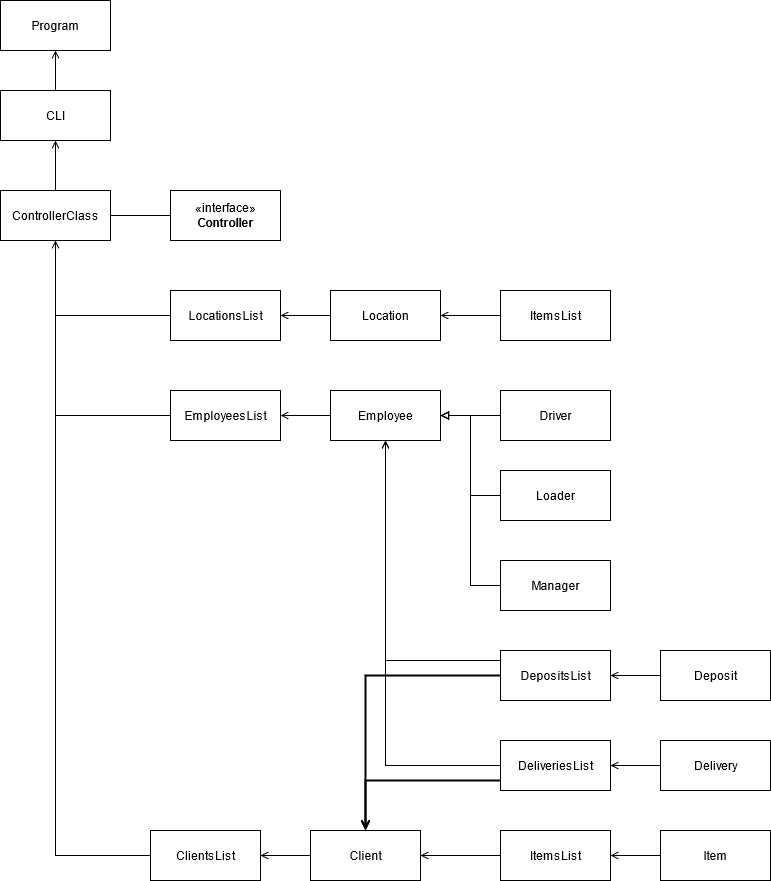
Earlier version of the draw.io export uml.png (jpfn2407/projetoPOO). Source tidied: cells renumbered, new cells last; positions are measured from the earlier drawing's top-left corner, leaving out a move shared by most shapes.
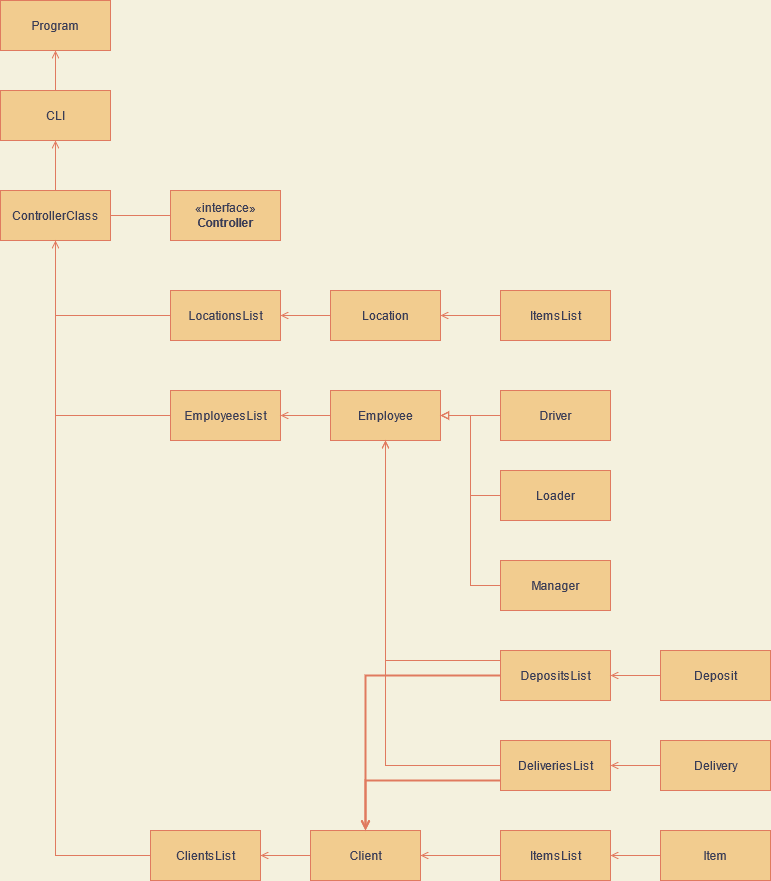
After the commit.

Change to the diagram source:
```diff
@@ -1,136 +1,136 @@
-<mxGraphModel>
+<mxGraphModel background="#F4F1DE">
   <root>
     <mxCell id="0" />
     <mxCell id="1" parent="0" />
-    <mxCell id="2" style="edgeStyle=orthogonalEdgeStyle;rounded=0;jettySize=auto;html=1;entryX=0.5;entryY=0;entryDx=0;entryDy=0;endArrow=none;endFill=0;startArrow=open;startFill=0;" parent="1" edge="1" source="3" target="5">
+    <mxCell id="2" style="edgeStyle=orthogonalEdgeStyle;rounded=0;jettySize=auto;html=1;entryX=0.5;entryY=0;entryDx=0;entryDy=0;endArrow=none;endFill=0;startArrow=open;startFill=0;labelBackgroundColor=#F4F1DE;strokeColor=#E07A5F;fontColor=#393C56;" parent="1" edge="1" source="3" target="5">
       <mxGeometry relative="1" as="geometry" />
     </mxCell>
-    <mxCell id="3" value="Program" style="html=1;" parent="1" vertex="1">
+    <mxCell id="3" value="Program" style="html=1;fillColor=#F2CC8F;strokeColor=#E07A5F;fontColor=#393C56;" parent="1" vertex="1">
       <mxGeometry width="110" height="50" as="geometry" />
     </mxCell>
-    <mxCell id="4" style="edgeStyle=orthogonalEdgeStyle;rounded=0;jettySize=auto;html=1;entryX=0.5;entryY=0;entryDx=0;entryDy=0;endArrow=none;endFill=0;startArrow=open;startFill=0;" parent="1" edge="1" source="5" target="6">
+    <mxCell id="4" style="edgeStyle=orthogonalEdgeStyle;rounded=0;jettySize=auto;html=1;entryX=0.5;entryY=0;entryDx=0;entryDy=0;endArrow=none;endFill=0;startArrow=open;startFill=0;labelBackgroundColor=#F4F1DE;strokeColor=#E07A5F;fontColor=#393C56;" parent="1" edge="1" source="5" target="6">
       <mxGeometry relative="1" as="geometry" />
     </mxCell>
-    <mxCell id="5" value="&lt;div&gt;CLI&lt;/div&gt;" style="html=1;" parent="1" vertex="1">
+    <mxCell id="5" value="&lt;div&gt;CLI&lt;/div&gt;" style="html=1;fillColor=#F2CC8F;strokeColor=#E07A5F;fontColor=#393C56;" parent="1" vertex="1">
       <mxGeometry y="90" width="110" height="50" as="geometry" />
     </mxCell>
-    <mxCell id="6" value="ControllerClass" style="html=1;" parent="1" vertex="1">
+    <mxCell id="6" value="ControllerClass" style="html=1;fillColor=#F2CC8F;strokeColor=#E07A5F;fontColor=#393C56;" parent="1" vertex="1">
       <mxGeometry y="190" width="110" height="50" as="geometry" />
     </mxCell>
-    <mxCell id="7" style="edgeStyle=orthogonalEdgeStyle;rounded=0;jettySize=auto;html=1;entryX=1;entryY=0.5;entryDx=0;entryDy=0;endArrow=none;endFill=0;" parent="1" edge="1" source="8" target="6">
+    <mxCell id="7" style="edgeStyle=orthogonalEdgeStyle;rounded=0;jettySize=auto;html=1;entryX=1;entryY=0.5;entryDx=0;entryDy=0;endArrow=none;endFill=0;labelBackgroundColor=#F4F1DE;strokeColor=#E07A5F;fontColor=#393C56;" parent="1" edge="1" source="8" target="6">
       <mxGeometry relative="1" as="geometry" />
     </mxCell>
-    <mxCell id="8" value="«interface»&lt;br&gt;&lt;b&gt;Controller&lt;/b&gt;" style="html=1;" parent="1" vertex="1">
+    <mxCell id="8" value="«interface»&lt;br&gt;&lt;b&gt;Controller&lt;/b&gt;" style="html=1;fillColor=#F2CC8F;strokeColor=#E07A5F;fontColor=#393C56;" parent="1" vertex="1">
       <mxGeometry x="170" y="190" width="110" height="50" as="geometry" />
     </mxCell>
-    <mxCell id="9" style="edgeStyle=orthogonalEdgeStyle;rounded=0;jettySize=auto;html=1;endArrow=none;endFill=0;startArrow=open;startFill=0;" parent="1" edge="1" source="11" target="13">
+    <mxCell id="9" style="edgeStyle=orthogonalEdgeStyle;rounded=0;jettySize=auto;html=1;endArrow=none;endFill=0;startArrow=open;startFill=0;labelBackgroundColor=#F4F1DE;strokeColor=#E07A5F;fontColor=#393C56;" parent="1" edge="1" source="11" target="13">
       <mxGeometry relative="1" as="geometry" />
     </mxCell>
-    <mxCell id="10" style="edgeStyle=orthogonalEdgeStyle;rounded=0;jettySize=auto;html=1;entryX=0.5;entryY=1;entryDx=0;entryDy=0;endArrow=none;endFill=0;" parent="1" edge="1" source="11" target="6">
+    <mxCell id="10" style="edgeStyle=orthogonalEdgeStyle;rounded=0;jettySize=auto;html=1;entryX=0.5;entryY=1;entryDx=0;entryDy=0;endArrow=none;endFill=0;labelBackgroundColor=#F4F1DE;strokeColor=#E07A5F;fontColor=#393C56;" parent="1" edge="1" source="11" target="6">
       <mxGeometry relative="1" as="geometry" />
     </mxCell>
-    <mxCell id="11" value="LocationsList" style="html=1;" parent="1" vertex="1">
+    <mxCell id="11" value="LocationsList" style="html=1;fillColor=#F2CC8F;strokeColor=#E07A5F;fontColor=#393C56;" parent="1" vertex="1">
       <mxGeometry x="170" y="290" width="110" height="50" as="geometry" />
     </mxCell>
-    <mxCell id="12" style="edgeStyle=orthogonalEdgeStyle;rounded=0;jettySize=auto;html=1;entryX=0;entryY=0.5;entryDx=0;entryDy=0;endArrow=none;endFill=0;startArrow=open;startFill=0;" parent="1" edge="1" source="13" target="32">
+    <mxCell id="12" style="edgeStyle=orthogonalEdgeStyle;rounded=0;jettySize=auto;html=1;entryX=0;entryY=0.5;entryDx=0;entryDy=0;endArrow=none;endFill=0;startArrow=open;startFill=0;labelBackgroundColor=#F4F1DE;strokeColor=#E07A5F;fontColor=#393C56;" parent="1" edge="1" source="13" target="32">
       <mxGeometry relative="1" as="geometry" />
     </mxCell>
-    <mxCell id="13" value="Location" style="html=1;" parent="1" vertex="1">
+    <mxCell id="13" value="Location" style="html=1;fillColor=#F2CC8F;strokeColor=#E07A5F;fontColor=#393C56;" parent="1" vertex="1">
       <mxGeometry x="330" y="290" width="110" height="50" as="geometry" />
     </mxCell>
-    <mxCell id="14" style="edgeStyle=orthogonalEdgeStyle;rounded=0;jettySize=auto;html=1;entryX=0.5;entryY=1;entryDx=0;entryDy=0;endArrow=none;endFill=0;" parent="1" edge="1" source="15" target="6">
+    <mxCell id="14" style="edgeStyle=orthogonalEdgeStyle;rounded=0;jettySize=auto;html=1;entryX=0.5;entryY=1;entryDx=0;entryDy=0;endArrow=none;endFill=0;labelBackgroundColor=#F4F1DE;strokeColor=#E07A5F;fontColor=#393C56;" parent="1" edge="1" source="15" target="6">
       <mxGeometry relative="1" as="geometry" />
     </mxCell>
-    <mxCell id="15" value="EmployeesList" style="html=1;" parent="1" vertex="1">
+    <mxCell id="15" value="EmployeesList" style="html=1;fillColor=#F2CC8F;strokeColor=#E07A5F;fontColor=#393C56;" parent="1" vertex="1">
       <mxGeometry x="170" y="390" width="110" height="50" as="geometry" />
     </mxCell>
-    <mxCell id="16" style="edgeStyle=orthogonalEdgeStyle;rounded=0;jettySize=auto;html=1;entryX=1;entryY=0.5;entryDx=0;entryDy=0;endArrow=block;endFill=0;" parent="1" edge="1" source="17" target="21">
+    <mxCell id="16" style="edgeStyle=orthogonalEdgeStyle;rounded=0;jettySize=auto;html=1;entryX=1;entryY=0.5;entryDx=0;entryDy=0;endArrow=block;endFill=0;labelBackgroundColor=#F4F1DE;strokeColor=#E07A5F;fontColor=#393C56;" parent="1" edge="1" source="17" target="21">
       <mxGeometry relative="1" as="geometry" />
     </mxCell>
-    <mxCell id="17" value="Driver" style="html=1;" parent="1" vertex="1">
+    <mxCell id="17" value="Driver" style="html=1;fillColor=#F2CC8F;strokeColor=#E07A5F;fontColor=#393C56;" parent="1" vertex="1">
       <mxGeometry x="500" y="390" width="110" height="50" as="geometry" />
     </mxCell>
-    <mxCell id="18" style="edgeStyle=orthogonalEdgeStyle;rounded=0;jettySize=auto;html=1;endArrow=block;endFill=0;entryX=1;entryY=0.5;entryDx=0;entryDy=0;" parent="1" edge="1" source="19" target="21">
+    <mxCell id="18" style="edgeStyle=orthogonalEdgeStyle;rounded=0;jettySize=auto;html=1;endArrow=block;endFill=0;entryX=1;entryY=0.5;entryDx=0;entryDy=0;labelBackgroundColor=#F4F1DE;strokeColor=#E07A5F;fontColor=#393C56;" parent="1" edge="1" source="19" target="21">
       <mxGeometry relative="1" as="geometry" />
     </mxCell>
-    <mxCell id="19" value="Loader" style="html=1;" parent="1" vertex="1">
+    <mxCell id="19" value="Loader" style="html=1;fillColor=#F2CC8F;strokeColor=#E07A5F;fontColor=#393C56;" parent="1" vertex="1">
       <mxGeometry x="500" y="470" width="110" height="50" as="geometry" />
     </mxCell>
-    <mxCell id="20" style="edgeStyle=orthogonalEdgeStyle;rounded=0;jettySize=auto;html=1;entryX=1;entryY=0.5;entryDx=0;entryDy=0;endArrow=open;endFill=0;startArrow=none;startFill=0;" parent="1" edge="1" source="21" target="15">
+    <mxCell id="20" style="edgeStyle=orthogonalEdgeStyle;rounded=0;jettySize=auto;html=1;entryX=1;entryY=0.5;entryDx=0;entryDy=0;endArrow=open;endFill=0;startArrow=none;startFill=0;labelBackgroundColor=#F4F1DE;strokeColor=#E07A5F;fontColor=#393C56;" parent="1" edge="1" source="21" target="15">
       <mxGeometry relative="1" as="geometry" />
     </mxCell>
-    <mxCell id="21" value="Employee" style="html=1;" parent="1" vertex="1">
+    <mxCell id="21" value="Employee" style="html=1;fillColor=#F2CC8F;strokeColor=#E07A5F;fontColor=#393C56;" parent="1" vertex="1">
       <mxGeometry x="330" y="390" width="110" height="50" as="geometry" />
     </mxCell>
-    <mxCell id="22" style="edgeStyle=orthogonalEdgeStyle;rounded=0;jettySize=auto;html=1;entryX=1;entryY=0.5;entryDx=0;entryDy=0;endArrow=block;endFill=0;startArrow=none;startFill=0;" parent="1" edge="1" source="23" target="21">
+    <mxCell id="22" style="edgeStyle=orthogonalEdgeStyle;rounded=0;jettySize=auto;html=1;entryX=1;entryY=0.5;entryDx=0;entryDy=0;endArrow=block;endFill=0;startArrow=none;startFill=0;labelBackgroundColor=#F4F1DE;strokeColor=#E07A5F;fontColor=#393C56;" parent="1" edge="1" source="23" target="21">
       <mxGeometry relative="1" as="geometry" />
     </mxCell>
-    <mxCell id="23" value="Manager" style="html=1;" parent="1" vertex="1">
+    <mxCell id="23" value="Manager" style="html=1;fillColor=#F2CC8F;strokeColor=#E07A5F;fontColor=#393C56;" parent="1" vertex="1">
       <mxGeometry x="500" y="560" width="110" height="50" as="geometry" />
     </mxCell>
-    <mxCell id="24" style="edgeStyle=orthogonalEdgeStyle;rounded=0;jettySize=auto;html=1;entryX=0;entryY=0.5;entryDx=0;entryDy=0;endArrow=none;endFill=0;startArrow=open;startFill=0;" parent="1" edge="1" source="26" target="28">
+    <mxCell id="24" style="edgeStyle=orthogonalEdgeStyle;rounded=0;jettySize=auto;html=1;entryX=0;entryY=0.5;entryDx=0;entryDy=0;endArrow=none;endFill=0;startArrow=open;startFill=0;labelBackgroundColor=#F4F1DE;strokeColor=#E07A5F;fontColor=#393C56;" parent="1" edge="1" source="26" target="28">
       <mxGeometry relative="1" as="geometry" />
     </mxCell>
-    <mxCell id="25" style="edgeStyle=orthogonalEdgeStyle;rounded=0;jettySize=auto;html=1;entryX=0.5;entryY=1;entryDx=0;entryDy=0;endArrow=open;endFill=0;" parent="1" edge="1" source="26" target="6">
+    <mxCell id="25" style="edgeStyle=orthogonalEdgeStyle;rounded=0;jettySize=auto;html=1;entryX=0.5;entryY=1;entryDx=0;entryDy=0;endArrow=open;endFill=0;labelBackgroundColor=#F4F1DE;strokeColor=#E07A5F;fontColor=#393C56;" parent="1" edge="1" source="26" target="6">
       <mxGeometry relative="1" as="geometry" />
     </mxCell>
-    <mxCell id="26" value="ClientsList" style="html=1;" parent="1" vertex="1">
+    <mxCell id="26" value="ClientsList" style="html=1;fillColor=#F2CC8F;strokeColor=#E07A5F;fontColor=#393C56;" parent="1" vertex="1">
       <mxGeometry x="150" y="830" width="110" height="50" as="geometry" />
     </mxCell>
-    <mxCell id="27" style="edgeStyle=orthogonalEdgeStyle;rounded=0;jettySize=auto;html=1;entryX=0;entryY=0.5;entryDx=0;entryDy=0;endArrow=none;endFill=0;startArrow=open;startFill=0;" parent="1" edge="1" source="28" target="30">
+    <mxCell id="27" style="edgeStyle=orthogonalEdgeStyle;rounded=0;jettySize=auto;html=1;entryX=0;entryY=0.5;entryDx=0;entryDy=0;endArrow=none;endFill=0;startArrow=open;startFill=0;labelBackgroundColor=#F4F1DE;strokeColor=#E07A5F;fontColor=#393C56;" parent="1" edge="1" source="28" target="30">
       <mxGeometry relative="1" as="geometry" />
     </mxCell>
-    <mxCell id="28" value="Client" style="html=1;" parent="1" vertex="1">
+    <mxCell id="28" value="Client" style="html=1;fillColor=#F2CC8F;strokeColor=#E07A5F;fontColor=#393C56;" parent="1" vertex="1">
       <mxGeometry x="310" y="830" width="110" height="50" as="geometry" />
     </mxCell>
-    <mxCell id="29" style="edgeStyle=orthogonalEdgeStyle;rounded=0;jettySize=auto;html=1;entryX=0;entryY=0.5;entryDx=0;entryDy=0;endArrow=none;endFill=0;startArrow=open;startFill=0;" parent="1" edge="1" source="30" target="31">
+    <mxCell id="29" style="edgeStyle=orthogonalEdgeStyle;rounded=0;jettySize=auto;html=1;entryX=0;entryY=0.5;entryDx=0;entryDy=0;endArrow=none;endFill=0;startArrow=open;startFill=0;labelBackgroundColor=#F4F1DE;strokeColor=#E07A5F;fontColor=#393C56;" parent="1" edge="1" source="30" target="31">
       <mxGeometry relative="1" as="geometry" />
     </mxCell>
-    <mxCell id="30" value="ItemsList" style="html=1;" parent="1" vertex="1">
+    <mxCell id="30" value="ItemsList" style="html=1;fillColor=#F2CC8F;strokeColor=#E07A5F;fontColor=#393C56;" parent="1" vertex="1">
       <mxGeometry x="500" y="830" width="110" height="50" as="geometry" />
     </mxCell>
-    <mxCell id="31" value="Item" style="html=1;" parent="1" vertex="1">
+    <mxCell id="31" value="Item" style="html=1;fillColor=#F2CC8F;strokeColor=#E07A5F;fontColor=#393C56;" parent="1" vertex="1">
       <mxGeometry x="660" y="830" width="110" height="50" as="geometry" />
     </mxCell>
-    <mxCell id="32" value="ItemsList" style="html=1;" parent="1" vertex="1">
+    <mxCell id="32" value="ItemsList" style="html=1;fillColor=#F2CC8F;strokeColor=#E07A5F;fontColor=#393C56;" parent="1" vertex="1">
       <mxGeometry x="500" y="290" width="110" height="50" as="geometry" />
     </mxCell>
-    <mxCell id="33" style="edgeStyle=orthogonalEdgeStyle;rounded=0;jettySize=auto;html=1;entryX=0.5;entryY=0;entryDx=0;entryDy=0;startArrow=none;startFill=0;endArrow=open;endFill=0;strokeWidth=2;" parent="1" edge="1" source="35" target="28">
+    <mxCell id="33" style="edgeStyle=orthogonalEdgeStyle;rounded=0;jettySize=auto;html=1;entryX=0.5;entryY=0;entryDx=0;entryDy=0;startArrow=none;startFill=0;endArrow=open;endFill=0;strokeWidth=2;labelBackgroundColor=#F4F1DE;strokeColor=#E07A5F;fontColor=#393C56;" parent="1" edge="1" source="35" target="28">
       <mxGeometry relative="1" as="geometry" />
     </mxCell>
-    <mxCell id="34" style="edgeStyle=orthogonalEdgeStyle;rounded=0;jettySize=auto;html=1;entryX=0.5;entryY=1;entryDx=0;entryDy=0;startArrow=none;startFill=0;endArrow=open;endFill=0;" parent="1" edge="1" source="35" target="21">
+    <mxCell id="34" style="edgeStyle=orthogonalEdgeStyle;rounded=0;jettySize=auto;html=1;entryX=0.5;entryY=1;entryDx=0;entryDy=0;startArrow=none;startFill=0;endArrow=open;endFill=0;labelBackgroundColor=#F4F1DE;strokeColor=#E07A5F;fontColor=#393C56;" parent="1" edge="1" source="35" target="21">
       <mxGeometry relative="1" as="geometry">
         <Array as="points">
           <mxPoint x="385" y="660" />
         </Array>
       </mxGeometry>
     </mxCell>
-    <mxCell id="35" value="DepositsList" style="html=1;" parent="1" vertex="1">
+    <mxCell id="35" value="DepositsList" style="html=1;fillColor=#F2CC8F;strokeColor=#E07A5F;fontColor=#393C56;" parent="1" vertex="1">
       <mxGeometry x="500" y="650" width="110" height="50" as="geometry" />
     </mxCell>
-    <mxCell id="36" style="edgeStyle=orthogonalEdgeStyle;rounded=0;jettySize=auto;html=1;entryX=1;entryY=0.5;entryDx=0;entryDy=0;endArrow=open;endFill=0;startArrow=none;startFill=0;" parent="1" edge="1" source="37" target="35">
+    <mxCell id="36" style="edgeStyle=orthogonalEdgeStyle;rounded=0;jettySize=auto;html=1;entryX=1;entryY=0.5;entryDx=0;entryDy=0;endArrow=open;endFill=0;startArrow=none;startFill=0;labelBackgroundColor=#F4F1DE;strokeColor=#E07A5F;fontColor=#393C56;" parent="1" edge="1" source="37" target="35">
       <mxGeometry relative="1" as="geometry" />
     </mxCell>
-    <mxCell id="37" value="Deposit" style="html=1;" parent="1" vertex="1">
+    <mxCell id="37" value="Deposit" style="html=1;fillColor=#F2CC8F;strokeColor=#E07A5F;fontColor=#393C56;" parent="1" vertex="1">
       <mxGeometry x="660" y="650" width="110" height="50" as="geometry" />
     </mxCell>
-    <mxCell id="38" style="edgeStyle=orthogonalEdgeStyle;rounded=0;jettySize=auto;html=1;entryX=0.5;entryY=0;entryDx=0;entryDy=0;startArrow=none;startFill=0;endArrow=open;endFill=0;strokeWidth=2;" parent="1" edge="1" source="40" target="28">
+    <mxCell id="38" style="edgeStyle=orthogonalEdgeStyle;rounded=0;jettySize=auto;html=1;entryX=0.5;entryY=0;entryDx=0;entryDy=0;startArrow=none;startFill=0;endArrow=open;endFill=0;strokeWidth=2;labelBackgroundColor=#F4F1DE;strokeColor=#E07A5F;fontColor=#393C56;" parent="1" edge="1" source="40" target="28">
       <mxGeometry relative="1" as="geometry">
         <Array as="points">
           <mxPoint x="365" y="780" />
         </Array>
       </mxGeometry>
     </mxCell>
-    <mxCell id="39" style="edgeStyle=orthogonalEdgeStyle;rounded=0;jettySize=auto;html=1;startArrow=none;startFill=0;endArrow=open;endFill=0;entryX=0.5;entryY=1;entryDx=0;entryDy=0;" parent="1" edge="1" source="40" target="21">
+    <mxCell id="39" style="edgeStyle=orthogonalEdgeStyle;rounded=0;jettySize=auto;html=1;startArrow=none;startFill=0;endArrow=open;endFill=0;entryX=0.5;entryY=1;entryDx=0;entryDy=0;labelBackgroundColor=#F4F1DE;strokeColor=#E07A5F;fontColor=#393C56;" parent="1" edge="1" source="40" target="21">
       <mxGeometry relative="1" as="geometry" />
     </mxCell>
-    <mxCell id="40" value="DeliveriesList" style="html=1;" parent="1" vertex="1">
+    <mxCell id="40" value="DeliveriesList" style="html=1;fillColor=#F2CC8F;strokeColor=#E07A5F;fontColor=#393C56;" parent="1" vertex="1">
       <mxGeometry x="500" y="740" width="110" height="50" as="geometry" />
     </mxCell>
-    <mxCell id="41" style="edgeStyle=orthogonalEdgeStyle;rounded=0;jettySize=auto;html=1;entryX=1;entryY=0.5;entryDx=0;entryDy=0;endArrow=open;endFill=0;" parent="1" edge="1" source="42" target="40">
+    <mxCell id="41" style="edgeStyle=orthogonalEdgeStyle;rounded=0;jettySize=auto;html=1;entryX=1;entryY=0.5;entryDx=0;entryDy=0;endArrow=open;endFill=0;labelBackgroundColor=#F4F1DE;strokeColor=#E07A5F;fontColor=#393C56;" parent="1" edge="1" source="42" target="40">
       <mxGeometry relative="1" as="geometry" />
     </mxCell>
-    <mxCell id="42" value="Delivery" style="html=1;" parent="1" vertex="1">
+    <mxCell id="42" value="Delivery" style="html=1;fillColor=#F2CC8F;strokeColor=#E07A5F;fontColor=#393C56;" parent="1" vertex="1">
       <mxGeometry x="660" y="740" width="110" height="50" as="geometry" />
     </mxCell>
   </root>
```
